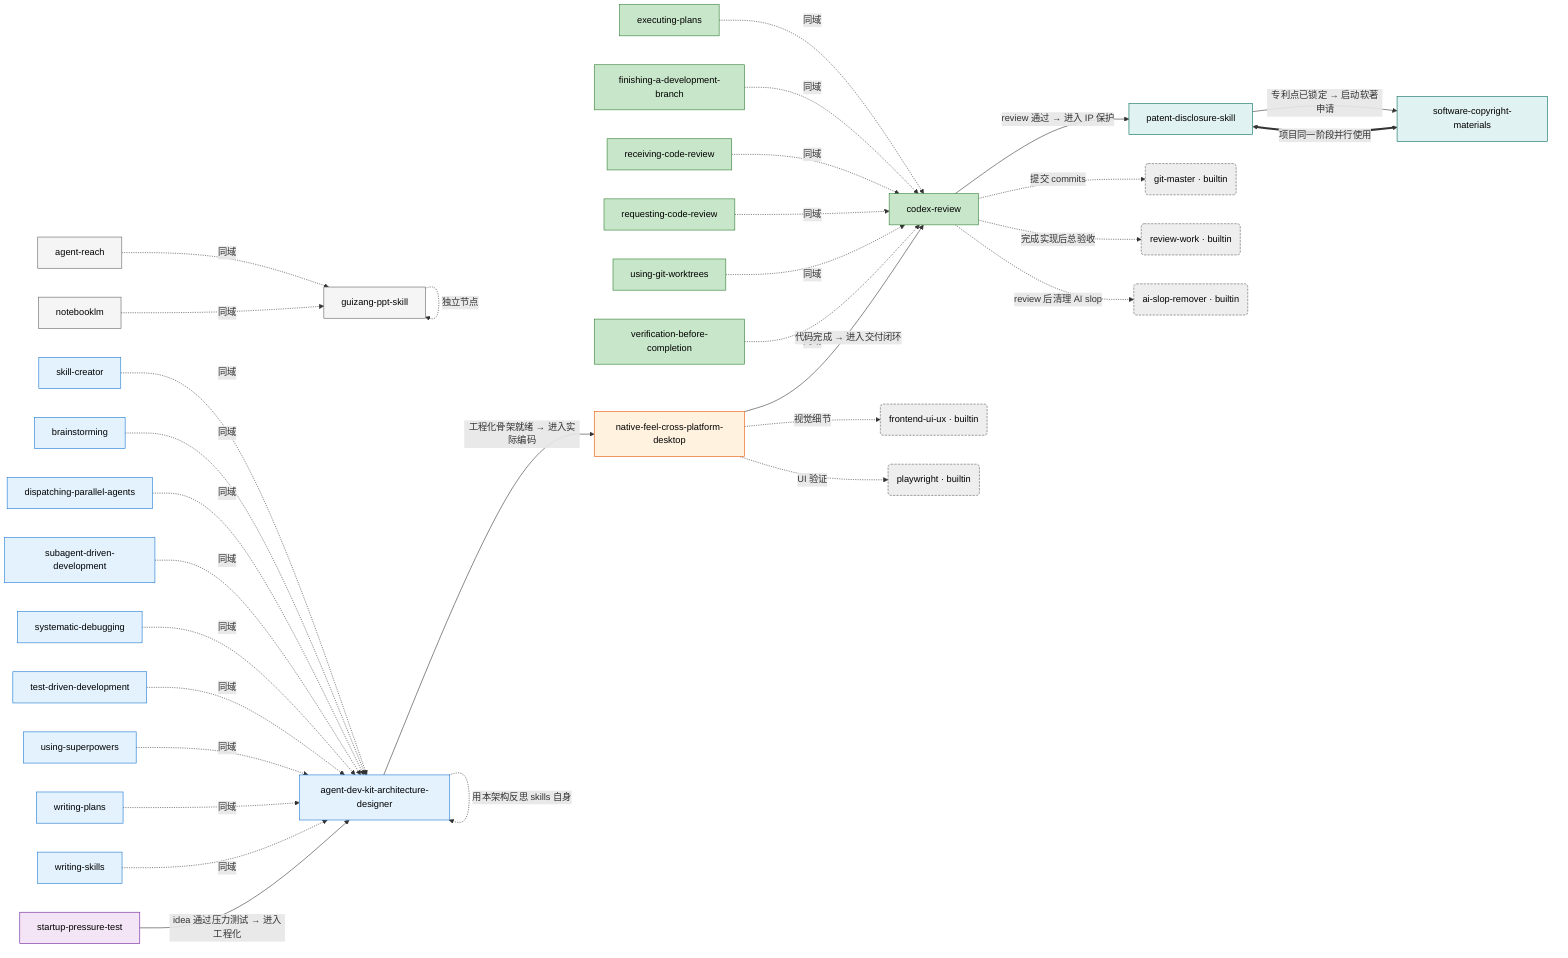
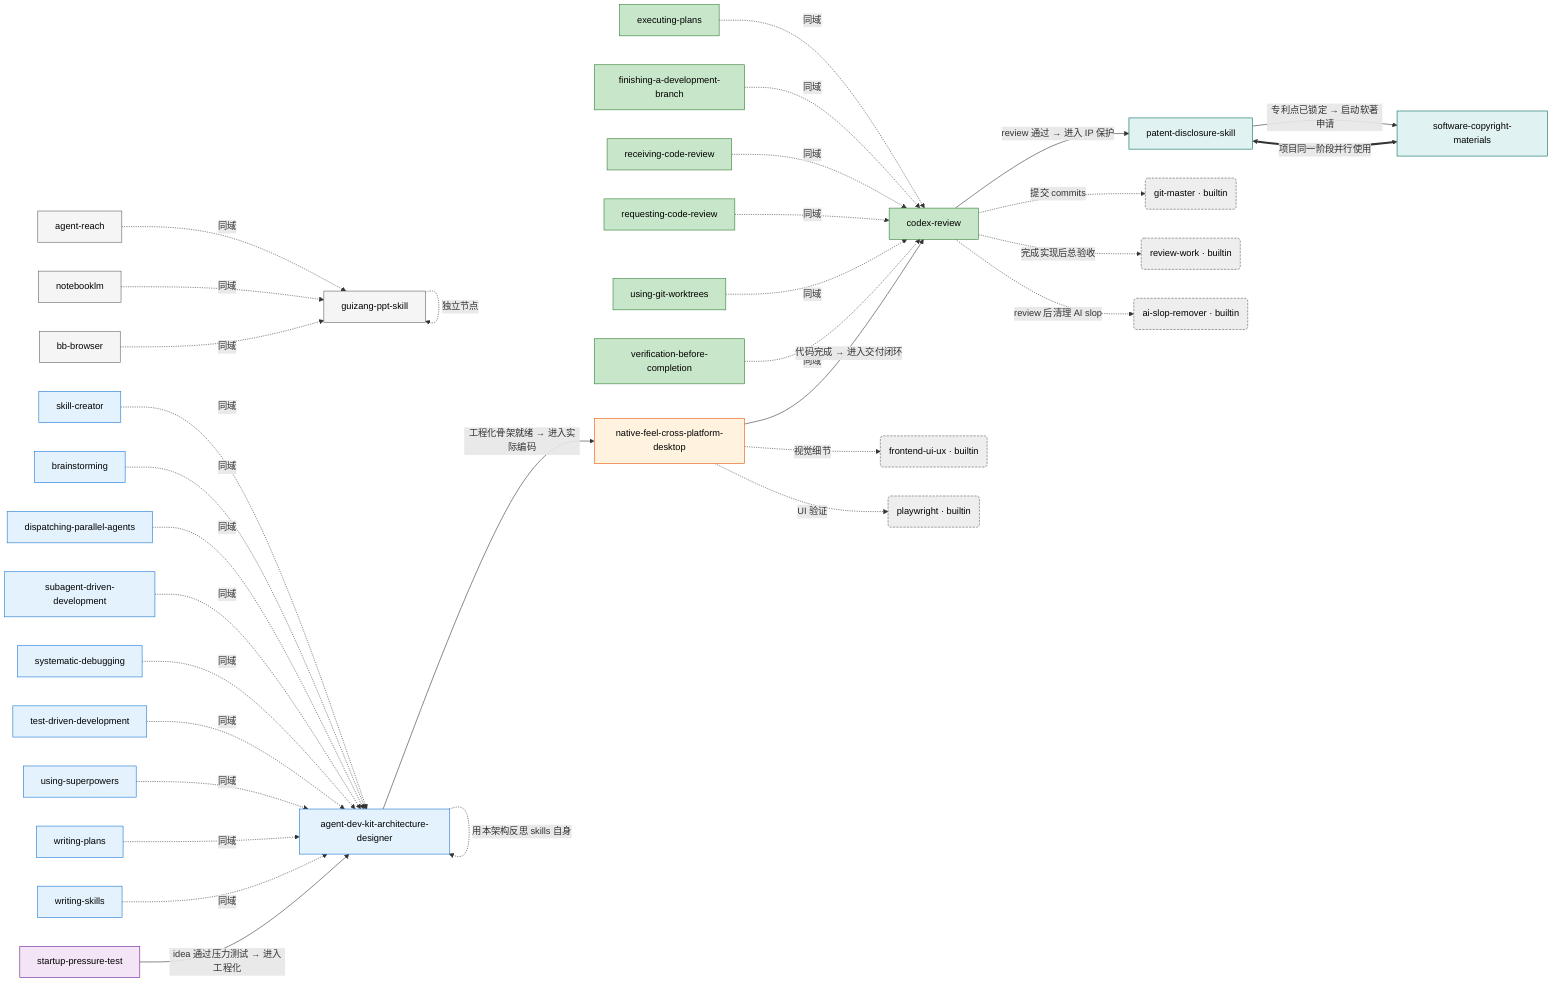
flowchart LR
    %% Class definitions for color coding
    classDef metaDomain fill:#e3f2fd,stroke:#1976d2,color:#000
    classDef closeoutDomain fill:#c8e6c9,stroke:#2e7d32,color:#000
    classDef desktopDomain fill:#fff3e0,stroke:#e65100,color:#000
    classDef founderDomain fill:#f3e5f5,stroke:#6a1b9a,color:#000
    classDef ipDomain fill:#e0f2f1,stroke:#00695c,color:#000
    classDef builtin fill:#eeeeee,stroke:#616161,color:#000,stroke-dasharray: 4 2
    classDef toolingDomain fill:#f5f5f5,stroke:#616161,color:#000

    %% Domain 1 - Meta
    ADK[agent-dev-kit-architecture-designer]:::metaDomain
    SC[skill-creator]:::metaDomain
    B[brainstorming]:::metaDomain
    DPA[dispatching-parallel-agents]:::metaDomain
    SDD[subagent-driven-development]:::metaDomain
    SD[systematic-debugging]:::metaDomain
    TDD[test-driven-development]:::metaDomain
    US[using-superpowers]:::metaDomain
    WP[writing-plans]:::metaDomain
    WS[writing-skills]:::metaDomain

    %% Domain 2 - Closeout
    CR[codex-review]:::closeoutDomain
    EP[executing-plans]:::closeoutDomain
    FADB[finishing-a-development-branch]:::closeoutDomain
    RCR[receiving-code-review]:::closeoutDomain
    RCR2[requesting-code-review]:::closeoutDomain
    UGW[using-git-worktrees]:::closeoutDomain
    VBC[verification-before-completion]:::closeoutDomain

    %% Domain 3 - Desktop
    NF[native-feel-cross-platform-desktop]:::desktopDomain

    %% Domain 4 - Founder
    SPT[startup-pressure-test]:::founderDomain

    %% Domain 5 - IP
    PAT[patent-disclosure-skill]:::ipDomain
    SCS[software-copyright-materials]:::ipDomain

    %% Tooling domain

    GPS[guizang-ppt-skill]:::toolingDomain

    %% Tooling domain

    AR[agent-reach]:::toolingDomain

    %% Tooling domain

    N[notebooklm]:::toolingDomain

+     %% Tooling domain
+ 
+     BB[bb-browser]:::toolingDomain
+ 
    %% Domain 6 - Builtin (referenced for context)
    GM(git-master · builtin):::builtin
    RW(review-work · builtin):::builtin
    ASR(ai-slop-remover · builtin):::builtin
    FE(frontend-ui-ux · builtin):::builtin
    PW(playwright · builtin):::builtin
    GPS -. "独立节点" .-> GPS
    SC -. "同域" .-> ADK
    AR -. "同域" .-> GPS
    B -. "同域" .-> ADK
    DPA -. "同域" .-> ADK
    EP -. "同域" .-> CR
    FADB -. "同域" .-> CR
    RCR -. "同域" .-> CR
    RCR2 -. "同域" .-> CR
    SDD -. "同域" .-> ADK
    SD -. "同域" .-> ADK
    TDD -. "同域" .-> ADK
    UGW -. "同域" .-> CR
    US -. "同域" .-> ADK
    VBC -. "同域" .-> CR
    WP -. "同域" .-> ADK
    WS -. "同域" .-> ADK
    N -. "同域" .-> GPS
+     BB -. "同域" .-> GPS

    %% --- Lifecycle flows ---

    %% Founder lifecycle: idea -> meta-design -> code -> review -> ship -> IP
    SPT -- "idea 通过压力测试 → 进入工程化" --> ADK
    ADK -- "工程化骨架就绪 → 进入实际编码" --> NF
    NF -- "代码完成 → 进入交付闭环" --> CR
    CR -- "review 通过 → 进入 IP 保护" --> PAT
    PAT -- "专利点已锁定 → 启动软著申请" --> SCS

    %% --- Cross-domain reinforcements ---

    %% Desktop work strongly benefits from playwright (UI verification) + frontend-ui-ux
    NF -. "UI 验证" .-> PW
    NF -. "视觉细节" .-> FE

    %% Closeout chains
    CR -. "提交 commits" .-> GM
    CR -. "review 后清理 AI slop" .-> ASR
    CR -. "完成实现后总验收" .-> RW

    %% Meta-engineering applies recursively
    ADK -. "用本架构反思 skills 自身" .-> ADK

    %% IP duo internal coupling
    PAT <==> |"项目同一阶段并行使用"| SCS
